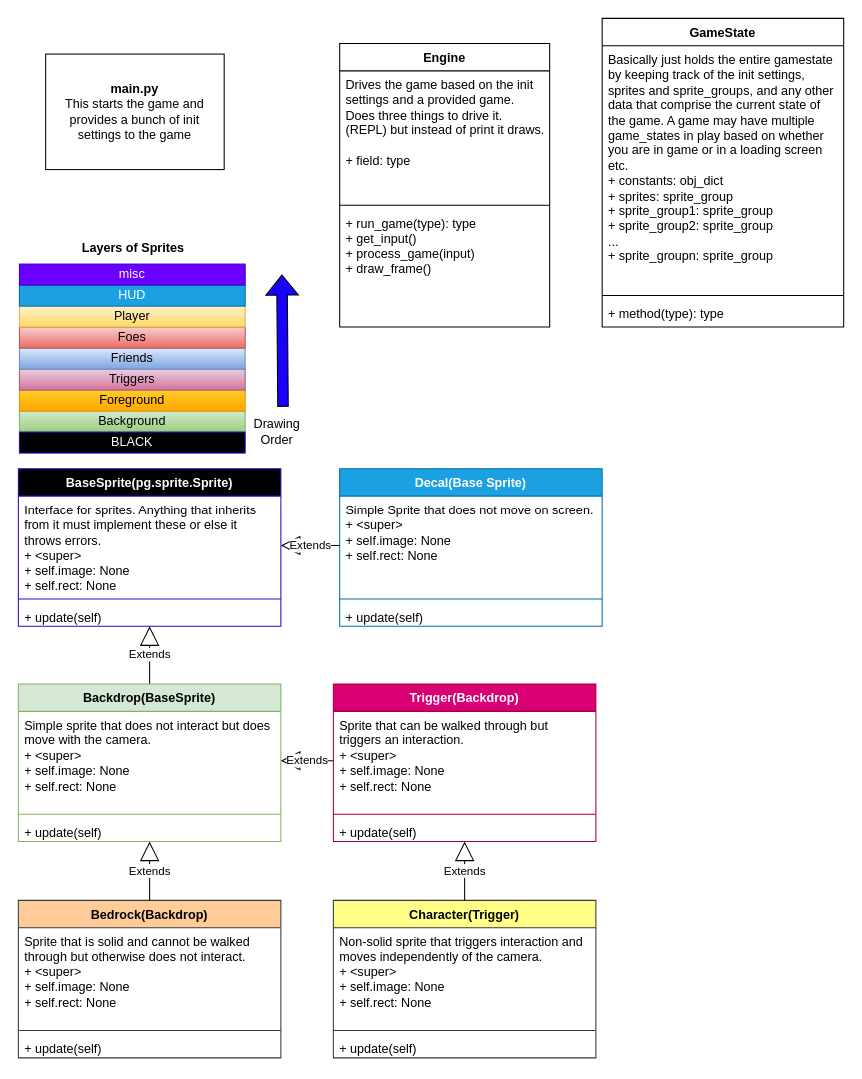
This is docs/state_map.drawio from flythereddflagg/RCA, a draw.io file, before an edit. Source tidied: cells renumbered, new cells numbered last; positions are measured from the earlier drawing's top-left corner, leaving out a move shared by most shapes. Both pictures are drawn from the tidied source at 105%, with x=0, y=0 at pixel (18, 18).
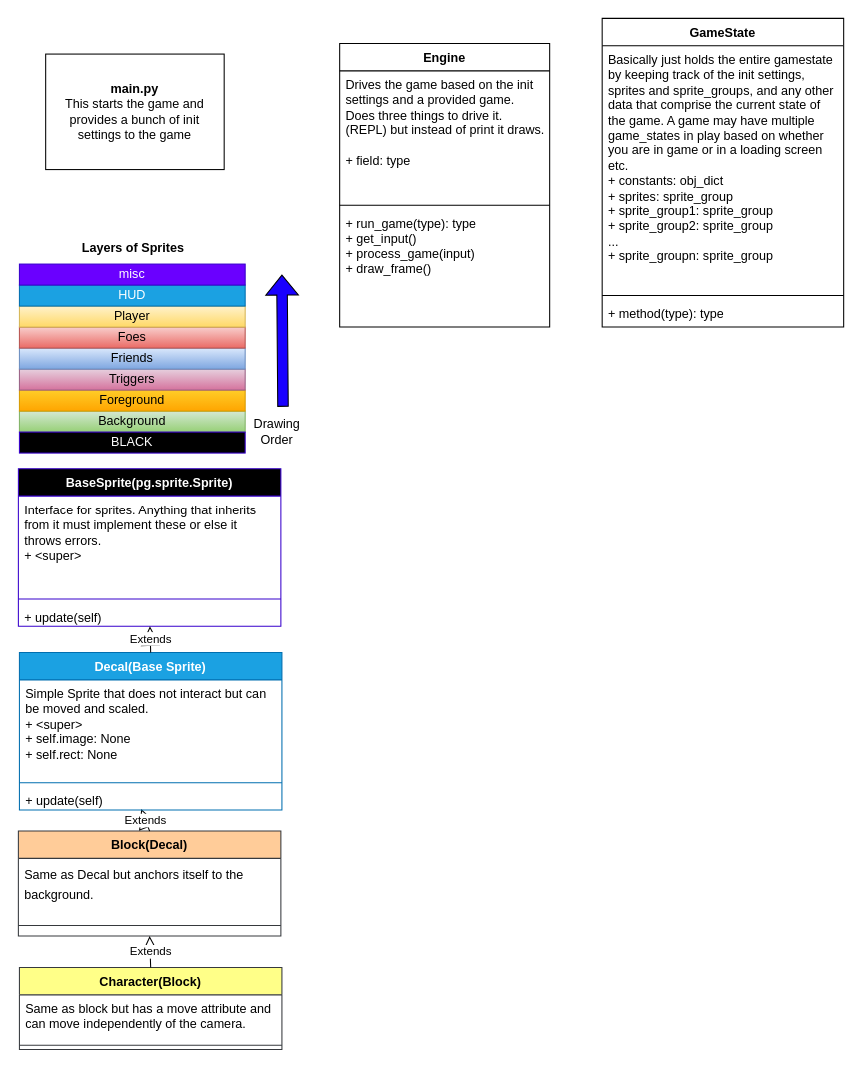
The same page after the edit.

Unchanged cells that the change refers to:
```xml
<mxCell id="11" value="BaseSprite(pg.sprite.Sprite)" style="swimlane;fontStyle=1;align=center;verticalAlign=top;horizontal=1;startSize=26;whiteSpace=wrap;html=1;fillColor=#000000;fontColor=#ffffff;strokeColor=#3700CC;" parent="1" vertex="1">
  <mxGeometry y="429" width="250" height="150" as="geometry" />
</mxCell>
<mxCell id="14" value="+ update(self)" style="text;strokeColor=none;fillColor=none;align=left;verticalAlign=top;spacingLeft=4;spacingRight=4;overflow=hidden;points=[[0,0.5],[1,0.5]];portConstraint=eastwest;whiteSpace=wrap;html=1;" parent="11" vertex="1">
  <mxGeometry y="128" width="250" height="22" as="geometry" />
</mxCell>
<mxCell id="50" value="+ update(self)" style="text;strokeColor=none;fillColor=none;align=left;verticalAlign=top;spacingLeft=4;spacingRight=4;overflow=hidden;points=[[0,0.5],[1,0.5]];portConstraint=eastwest;whiteSpace=wrap;html=1;" parent="47" vertex="1">
  <mxGeometry y="128" width="250" height="22" as="geometry" />
</mxCell>
```

Change to the diagram source:
```diff
@@
-    <mxCell id="12" value="Interface for sprites. Anything that inherits from it must implement these or else it throws errors.&lt;br&gt;+ &amp;lt;super&amp;gt;&lt;br&gt;+ self.image: None&lt;br&gt;+ self.rect: None" style="text;strokeColor=none;fillColor=none;align=left;verticalAlign=top;spacingLeft=4;spacingRight=4;overflow=hidden;points=[[0,0.5],[1,0.5]];portConstraint=eastwest;whiteSpace=wrap;html=1;" parent="11" vertex="1">
+    <mxCell id="12" value="Interface for sprites. Anything that inherits from it must implement these or else it throws errors.&lt;br&gt;+ &amp;lt;super&amp;gt;" style="text;strokeColor=none;fillColor=none;align=left;verticalAlign=top;spacingLeft=4;spacingRight=4;overflow=hidden;points=[[0,0.5],[1,0.5]];portConstraint=eastwest;whiteSpace=wrap;html=1;" parent="11" vertex="1">
       <mxGeometry y="26" width="250" height="94" as="geometry" />
     </mxCell>
@@
-    <mxCell id="27" value="Extends" style="endArrow=block;endSize=16;endFill=0;html=1;rounded=0;exitX=0.5;exitY=0;exitDx=0;exitDy=0;entryX=0.5;entryY=1;entryDx=0;entryDy=0;" parent="1" edge="1" source="32" target="11">
-      <mxGeometry relative="1" as="geometry" />
-    </mxCell>
-    <mxCell id="28" value="Bedrock(Backdrop)" style="swimlane;fontStyle=1;align=center;verticalAlign=top;horizontal=1;startSize=26;whiteSpace=wrap;html=1;fillColor=#ffcc99;strokeColor=#36393d;" parent="1" vertex="1">
-      <mxGeometry y="840" width="250" height="150" as="geometry" />
+    <mxCell id="28" value="Block(Decal)" style="swimlane;fontStyle=1;align=center;verticalAlign=top;horizontal=1;startSize=26;whiteSpace=wrap;html=1;fillColor=#ffcc99;strokeColor=#36393d;" parent="1" vertex="1">
+      <mxGeometry y="774" width="250" height="100" as="geometry" />
     </mxCell>
-    <mxCell id="29" value="Sprite that is solid and cannot be walked through but otherwise does not interact.&lt;br&gt;+ &amp;lt;super&amp;gt;&lt;br&gt;+ self.image: None&lt;br&gt;+ self.rect: None" style="text;strokeColor=none;fillColor=none;align=left;verticalAlign=top;spacingLeft=4;spacingRight=4;overflow=hidden;whiteSpace=wrap;html=1;" parent="28" vertex="1">
-      <mxGeometry y="26" width="250" height="94" as="geometry" />
+    <mxCell id="29" value="&lt;div style=&quot;line-height: 19px;&quot;&gt;&lt;span style=&quot;background-color: rgb(255, 255, 255);&quot;&gt;&lt;font style=&quot;font-size: 12px;&quot;&gt;Same as Decal but anchors itself to the background.&lt;/font&gt;&lt;/span&gt;&lt;/div&gt;" style="text;strokeColor=none;fillColor=none;align=left;verticalAlign=top;spacingLeft=4;spacingRight=4;overflow=hidden;whiteSpace=wrap;html=1;" parent="28" vertex="1">
+      <mxGeometry y="26" width="250" height="54" as="geometry" />
     </mxCell>
     <mxCell id="30" style="line;strokeWidth=1;fillColor=none;align=left;verticalAlign=middle;spacingTop=-1;spacingLeft=3;spacingRight=3;labelPosition=right;strokeColor=inherit;" parent="28" vertex="1">
-      <mxGeometry y="120" width="250" height="8" as="geometry" />
+      <mxGeometry y="80" width="250" height="20" as="geometry" />
     </mxCell>
-    <mxCell id="31" value="+ update(self)" style="text;strokeColor=none;fillColor=none;align=left;verticalAlign=top;spacingLeft=4;spacingRight=4;overflow=hidden;whiteSpace=wrap;html=1;" parent="28" vertex="1">
-      <mxGeometry y="128" width="250" height="22" as="geometry" />
-    </mxCell>
-    <mxCell id="32" value="Backdrop(BaseSprite)" style="swimlane;fontStyle=1;align=center;verticalAlign=top;horizontal=1;startSize=26;whiteSpace=wrap;html=1;fillColor=#d5e8d4;strokeColor=#82b366;" parent="1" vertex="1">
-      <mxGeometry y="634" width="250" height="150" as="geometry" />
-    </mxCell>
-    <mxCell id="33" value="Simple sprite that does not interact but does move with the camera.&lt;br&gt;+ &amp;lt;super&amp;gt;&lt;br&gt;+ self.image: None&lt;br&gt;+ self.rect: None" style="text;strokeColor=none;fillColor=none;align=left;verticalAlign=top;spacingLeft=4;spacingRight=4;overflow=hidden;points=[[0,0.5],[1,0.5]];portConstraint=eastwest;whiteSpace=wrap;html=1;" parent="32" vertex="1">
-      <mxGeometry y="26" width="250" height="94" as="geometry" />
-    </mxCell>
-    <mxCell id="34" style="line;strokeWidth=1;fillColor=none;align=left;verticalAlign=middle;spacingTop=-1;spacingLeft=3;spacingRight=3;labelPosition=right;strokeColor=inherit;" parent="32" vertex="1">
-      <mxGeometry y="120" width="250" height="8" as="geometry" />
-    </mxCell>
-    <mxCell id="35" value="+ update(self)" style="text;strokeColor=none;fillColor=none;align=left;verticalAlign=top;spacingLeft=4;spacingRight=4;overflow=hidden;whiteSpace=wrap;html=1;" parent="32" vertex="1">
-      <mxGeometry y="128" width="250" height="22" as="geometry" />
-    </mxCell>
-    <mxCell id="36" value="Extends" style="endArrow=block;endSize=16;endFill=0;html=1;rounded=0;exitX=0.5;exitY=0;exitDx=0;exitDy=0;entryX=0.5;entryY=1;entryDx=0;entryDy=0;" parent="1" edge="1" source="28" target="32">
+    <mxCell id="36" value="Extends" style="endArrow=block;endSize=16;endFill=0;html=1;rounded=0;exitX=0.5;exitY=0;exitDx=0;exitDy=0;entryX=0.464;entryY=0.955;entryDx=0;entryDy=0;entryPerimeter=0;" parent="1" edge="1" source="28" target="50">
       <mxGeometry relative="1" as="geometry" />
     </mxCell>
-    <mxCell id="37" value="Trigger(Backdrop)" style="swimlane;fontStyle=1;align=center;verticalAlign=top;horizontal=1;startSize=26;whiteSpace=wrap;html=1;fillColor=#d80073;fontColor=#ffffff;strokeColor=#A50040;" parent="1" vertex="1">
-      <mxGeometry x="300" y="634" width="250" height="150" as="geometry" />
-    </mxCell>
-    <mxCell id="38" value="Sprite that can be walked through but triggers an interaction.&lt;br&gt;+ &amp;lt;super&amp;gt;&lt;br&gt;+ self.image: None&lt;br&gt;+ self.rect: None" style="text;strokeColor=none;fillColor=none;align=left;verticalAlign=top;spacingLeft=4;spacingRight=4;overflow=hidden;points=[[0,0.5],[1,0.5]];portConstraint=eastwest;whiteSpace=wrap;html=1;" parent="37" vertex="1">
-      <mxGeometry y="26" width="250" height="94" as="geometry" />
-    </mxCell>
-    <mxCell id="39" style="line;strokeWidth=1;fillColor=none;align=left;verticalAlign=middle;spacingTop=-1;spacingLeft=3;spacingRight=3;labelPosition=right;strokeColor=inherit;" parent="37" vertex="1">
-      <mxGeometry y="120" width="250" height="8" as="geometry" />
-    </mxCell>
-    <mxCell id="40" value="+ update(self)" style="text;strokeColor=none;fillColor=none;align=left;verticalAlign=top;spacingLeft=4;spacingRight=4;overflow=hidden;whiteSpace=wrap;html=1;" parent="37" vertex="1">
-      <mxGeometry y="128" width="250" height="22" as="geometry" />
-    </mxCell>
-    <mxCell id="41" value="Extends" style="endArrow=block;endSize=16;endFill=0;html=1;rounded=0;exitX=0;exitY=0.5;exitDx=0;exitDy=0;entryX=1;entryY=0.5;entryDx=0;entryDy=0;" parent="1" edge="1" source="38" target="33">
-      <mxGeometry relative="1" as="geometry" />
-    </mxCell>
-    <mxCell id="42" value="Character(Trigger)" style="swimlane;fontStyle=1;align=center;verticalAlign=top;horizontal=1;startSize=26;whiteSpace=wrap;html=1;fillColor=#ffff88;strokeColor=#36393d;" parent="1" vertex="1">
-      <mxGeometry x="300" y="840" width="250" height="150" as="geometry" />
+    <mxCell id="42" value="Character(Block)" style="swimlane;fontStyle=1;align=center;verticalAlign=top;horizontal=1;startSize=26;whiteSpace=wrap;html=1;fillColor=#ffff88;strokeColor=#36393d;" parent="1" vertex="1">
+      <mxGeometry x="1" y="904" width="250" height="78" as="geometry" />
     </mxCell>
-    <mxCell id="43" value="Non-solid sprite that triggers interaction and moves independently of the camera.&lt;br&gt;+ &amp;lt;super&amp;gt;&lt;br&gt;+ self.image: None&lt;br&gt;+ self.rect: None" style="text;strokeColor=none;fillColor=none;align=left;verticalAlign=top;spacingLeft=4;spacingRight=4;overflow=hidden;whiteSpace=wrap;html=1;" parent="42" vertex="1">
-      <mxGeometry y="26" width="250" height="94" as="geometry" />
+    <mxCell id="43" value="Same as block but has a move attribute and can move independently of the camera." style="text;strokeColor=none;fillColor=none;align=left;verticalAlign=top;spacingLeft=4;spacingRight=4;overflow=hidden;whiteSpace=wrap;html=1;" parent="42" vertex="1">
+      <mxGeometry y="26" width="250" height="44" as="geometry" />
     </mxCell>
     <mxCell id="44" style="line;strokeWidth=1;fillColor=none;align=left;verticalAlign=middle;spacingTop=-1;spacingLeft=3;spacingRight=3;labelPosition=right;strokeColor=inherit;" parent="42" vertex="1">
-      <mxGeometry y="120" width="250" height="8" as="geometry" />
+      <mxGeometry y="70" width="250" height="8" as="geometry" />
     </mxCell>
-    <mxCell id="45" value="+ update(self)" style="text;strokeColor=none;fillColor=none;align=left;verticalAlign=top;spacingLeft=4;spacingRight=4;overflow=hidden;whiteSpace=wrap;html=1;" parent="42" vertex="1">
-      <mxGeometry y="128" width="250" height="22" as="geometry" />
-    </mxCell>
-    <mxCell id="46" value="Extends" style="endArrow=block;endSize=16;endFill=0;html=1;rounded=0;exitX=0.5;exitY=0;exitDx=0;exitDy=0;entryX=0.5;entryY=1;entryDx=0;entryDy=0;" parent="1" edge="1" source="42" target="37">
+    <mxCell id="46" value="Extends" style="endArrow=block;endSize=16;endFill=0;html=1;rounded=0;exitX=0.5;exitY=0;exitDx=0;exitDy=0;entryX=0.5;entryY=1;entryDx=0;entryDy=0;" parent="1" edge="1" source="42" target="28">
       <mxGeometry relative="1" as="geometry" />
     </mxCell>
     <mxCell id="47" value="Decal(Base Sprite)" style="swimlane;fontStyle=1;align=center;verticalAlign=top;horizontal=1;startSize=26;whiteSpace=wrap;html=1;fillColor=#1ba1e2;fontColor=#ffffff;strokeColor=#006EAF;" parent="1" vertex="1">
-      <mxGeometry x="306" y="429" width="250" height="150" as="geometry" />
+      <mxGeometry x="1" y="604" width="250" height="150" as="geometry" />
     </mxCell>
-    <mxCell id="48" value="Simple Sprite that does not move on screen.&lt;br&gt;+ &amp;lt;super&amp;gt;&lt;br&gt;+ self.image: None&lt;br&gt;+ self.rect: None" style="text;strokeColor=none;fillColor=none;align=left;verticalAlign=top;spacingLeft=4;spacingRight=4;overflow=hidden;points=[[0,0.5],[1,0.5]];portConstraint=eastwest;whiteSpace=wrap;html=1;" parent="47" vertex="1">
+    <mxCell id="48" value="Simple Sprite that does not interact but can be moved and scaled.&lt;br&gt;+ &amp;lt;super&amp;gt;&lt;br&gt;+ self.image: None&lt;br&gt;+ self.rect: None" style="text;strokeColor=none;fillColor=none;align=left;verticalAlign=top;spacingLeft=4;spacingRight=4;overflow=hidden;points=[[0,0.5],[1,0.5]];portConstraint=eastwest;whiteSpace=wrap;html=1;" parent="47" vertex="1">
       <mxGeometry y="26" width="250" height="94" as="geometry" />
     </mxCell>
@@
-    <mxCell id="51" value="Extends" style="endArrow=block;endSize=16;endFill=0;html=1;rounded=0;exitX=0;exitY=0.5;exitDx=0;exitDy=0;entryX=1;entryY=0.5;entryDx=0;entryDy=0;" parent="1" edge="1" source="48" target="12">
+    <mxCell id="51" value="Extends" style="endArrow=block;endSize=16;endFill=0;html=1;rounded=0;exitX=0.5;exitY=0;exitDx=0;exitDy=0;" parent="1" edge="1" source="47" target="14">
       <mxGeometry relative="1" as="geometry" />
     </mxCell>
```
